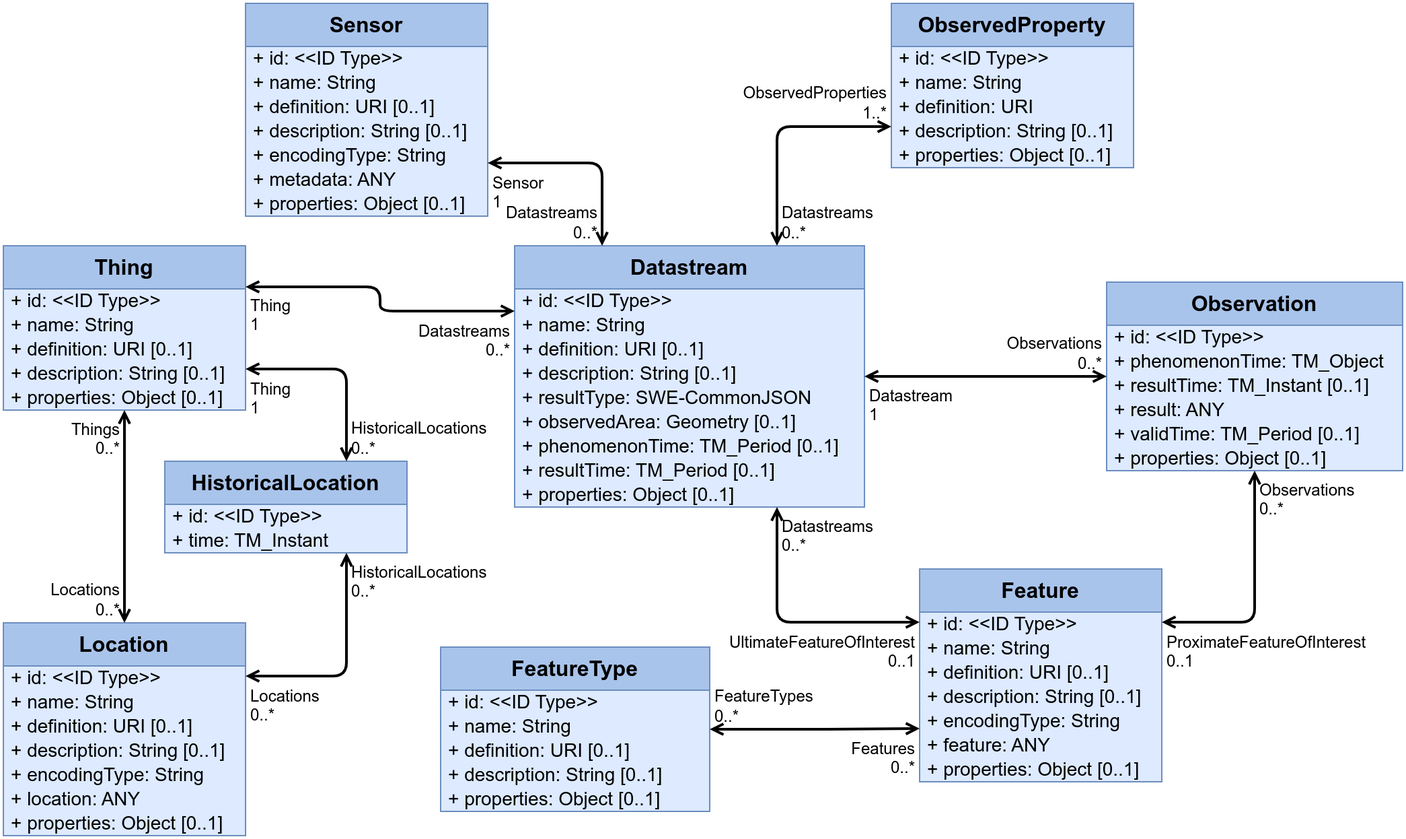
opengeospatial/sensorthings keeps this draw.io diagram as figures/Datamodel-SensorThingsApi-V2-Core.drawio.png. Above is the earlier version. Source tidied: cells renumbered, new cells last; positions are measured from the earlier drawing's top-left corner, leaving out a move shared by most shapes.
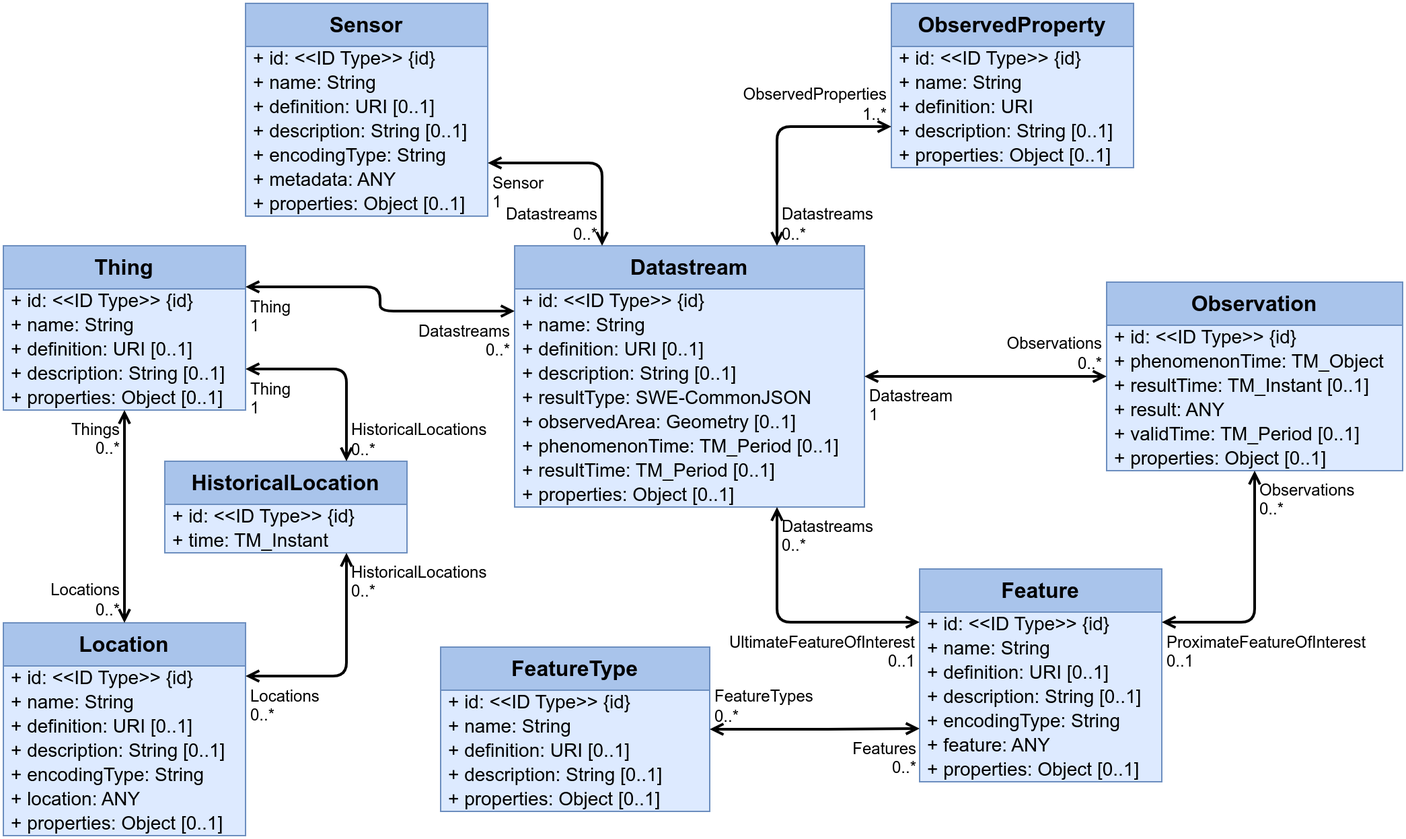
Above is the later version.

Commit message:
Updated images with UML {id} annotation

Change to the diagram source:
```diff
@@ -5,7 +5,7 @@
     <mxCell id="2" value="Datastream" style="swimlane;fontStyle=1;horizontal=1;startSize=32;fontSize=16;whiteSpace=wrap;html=1;fillColor=#A9C4EB;strokeColor=#6c8ebf;swimlaneFillColor=#DDEAFF;verticalAlign=top;" parent="1" vertex="1">
       <mxGeometry x="380" y="180" width="260" height="194" as="geometry" />
     </mxCell>
-    <mxCell id="3" value="+&amp;nbsp;id: &amp;lt;&amp;lt;ID Type&amp;gt;&amp;gt;" style="text;strokeColor=none;fillColor=none;align=left;verticalAlign=middle;spacingLeft=4;spacingRight=4;overflow=visible;html=1;fontSize=14;" parent="2" vertex="1">
+    <mxCell id="3" value="+&amp;nbsp;id: &amp;lt;&amp;lt;ID Type&amp;gt;&amp;gt; {id}" style="text;strokeColor=none;fillColor=none;align=left;verticalAlign=middle;spacingLeft=4;spacingRight=4;overflow=visible;html=1;fontSize=14;" parent="2" vertex="1">
       <mxGeometry y="32" width="260" height="18" as="geometry" />
     </mxCell>
     <mxCell id="4" value="+ name: String" style="text;strokeColor=none;fillColor=none;align=left;verticalAlign=middle;spacingLeft=4;spacingRight=4;overflow=visible;html=1;fontSize=14;" parent="2" vertex="1">
@@ -35,7 +35,7 @@
     <mxCell id="12" value="Feature" style="swimlane;fontStyle=1;horizontal=1;startSize=32;fontSize=16;whiteSpace=wrap;html=1;fillColor=#A9C4EB;strokeColor=#6c8ebf;swimlaneFillColor=#DDEAFF;verticalAlign=top;" parent="1" vertex="1">
       <mxGeometry x="681" y="420" width="180" height="158" as="geometry" />
     </mxCell>
-    <mxCell id="13" value="+&amp;nbsp;id: &amp;lt;&amp;lt;ID Type&amp;gt;&amp;gt;" style="text;strokeColor=none;fillColor=none;align=left;verticalAlign=middle;spacingLeft=4;spacingRight=4;overflow=visible;html=1;fontSize=14;" parent="12" vertex="1">
+    <mxCell id="13" value="+&amp;nbsp;id: &amp;lt;&amp;lt;ID Type&amp;gt;&amp;gt;&amp;nbsp;{id}" style="text;strokeColor=none;fillColor=none;align=left;verticalAlign=middle;spacingLeft=4;spacingRight=4;overflow=visible;html=1;fontSize=14;" parent="12" vertex="1">
       <mxGeometry y="32" width="180" height="18" as="geometry" />
     </mxCell>
     <mxCell id="14" value="+ name: String" style="text;strokeColor=none;fillColor=none;align=left;verticalAlign=middle;spacingLeft=4;spacingRight=4;overflow=visible;html=1;fontSize=14;" parent="12" vertex="1">
@@ -68,7 +68,7 @@
     <mxCell id="23" value="FeatureType" style="swimlane;fontStyle=1;horizontal=1;startSize=32;fontSize=16;whiteSpace=wrap;html=1;fillColor=#A9C4EB;strokeColor=#6c8ebf;swimlaneFillColor=#DDEAFF;verticalAlign=top;" parent="1" vertex="1">
       <mxGeometry x="325" y="478" width="200" height="122" as="geometry" />
     </mxCell>
-    <mxCell id="24" value="+&amp;nbsp;id: &amp;lt;&amp;lt;ID Type&amp;gt;&amp;gt;" style="text;strokeColor=none;fillColor=none;align=left;verticalAlign=middle;spacingLeft=4;spacingRight=4;overflow=visible;html=1;fontSize=14;" parent="23" vertex="1">
+    <mxCell id="24" value="+&amp;nbsp;id: &amp;lt;&amp;lt;ID Type&amp;gt;&amp;gt;&amp;nbsp;{id}" style="text;strokeColor=none;fillColor=none;align=left;verticalAlign=middle;spacingLeft=4;spacingRight=4;overflow=visible;html=1;fontSize=14;" parent="23" vertex="1">
       <mxGeometry y="32" width="200" height="18" as="geometry" />
     </mxCell>
     <mxCell id="25" value="+ name: String" style="text;strokeColor=none;fillColor=none;align=left;verticalAlign=middle;spacingLeft=4;spacingRight=4;overflow=visible;html=1;fontSize=14;" parent="23" vertex="1">
@@ -95,7 +95,7 @@
     <mxCell id="32" value="HistoricalLocation" style="swimlane;fontStyle=1;horizontal=1;startSize=32;fontSize=16;whiteSpace=wrap;html=1;fillColor=#A9C4EB;strokeColor=#6c8ebf;swimlaneFillColor=#DDEAFF;verticalAlign=top;" parent="1" vertex="1">
       <mxGeometry x="120" y="340" width="180" height="68" as="geometry" />
     </mxCell>
-    <mxCell id="33" value="+&amp;nbsp;id: &amp;lt;&amp;lt;ID Type&amp;gt;&amp;gt;" style="text;strokeColor=none;fillColor=none;align=left;verticalAlign=middle;spacingLeft=4;spacingRight=4;overflow=visible;html=1;fontSize=14;" parent="32" vertex="1">
+    <mxCell id="33" value="+&amp;nbsp;id: &amp;lt;&amp;lt;ID Type&amp;gt;&amp;gt;&amp;nbsp;{id}" style="text;strokeColor=none;fillColor=none;align=left;verticalAlign=middle;spacingLeft=4;spacingRight=4;overflow=visible;html=1;fontSize=14;" parent="32" vertex="1">
       <mxGeometry y="32" width="180" height="18" as="geometry" />
     </mxCell>
     <mxCell id="34" value="+ time: TM_Instant" style="text;strokeColor=none;fillColor=none;align=left;verticalAlign=middle;spacingLeft=4;spacingRight=4;overflow=visible;html=1;fontSize=14;" parent="32" vertex="1">
@@ -104,7 +104,7 @@
     <mxCell id="35" value="Location" style="swimlane;fontStyle=1;horizontal=1;startSize=32;fontSize=16;whiteSpace=wrap;html=1;fillColor=#A9C4EB;strokeColor=#6c8ebf;swimlaneFillColor=#DDEAFF;verticalAlign=top;" parent="1" vertex="1">
       <mxGeometry y="460" width="180" height="158" as="geometry" />
     </mxCell>
-    <mxCell id="36" value="+&amp;nbsp;id: &amp;lt;&amp;lt;ID Type&amp;gt;&amp;gt;" style="text;strokeColor=none;fillColor=none;align=left;verticalAlign=middle;spacingLeft=4;spacingRight=4;overflow=visible;html=1;fontSize=14;" parent="35" vertex="1">
+    <mxCell id="36" value="+&amp;nbsp;id: &amp;lt;&amp;lt;ID Type&amp;gt;&amp;gt;&amp;nbsp;{id}" style="text;strokeColor=none;fillColor=none;align=left;verticalAlign=middle;spacingLeft=4;spacingRight=4;overflow=visible;html=1;fontSize=14;" parent="35" vertex="1">
       <mxGeometry y="32" width="180" height="18" as="geometry" />
     </mxCell>
     <mxCell id="37" value="+ name: String" style="text;strokeColor=none;fillColor=none;align=left;verticalAlign=middle;spacingLeft=4;spacingRight=4;overflow=visible;html=1;fontSize=14;" parent="35" vertex="1">
@@ -137,7 +137,7 @@
     <mxCell id="46" value="Observation" style="swimlane;fontStyle=1;horizontal=1;startSize=32;fontSize=16;whiteSpace=wrap;html=1;fillColor=#A9C4EB;strokeColor=#6c8ebf;swimlaneFillColor=#DDEAFF;verticalAlign=top;" parent="1" vertex="1">
       <mxGeometry x="820" y="207" width="220" height="140" as="geometry" />
     </mxCell>
-    <mxCell id="47" value="+&amp;nbsp;id: &amp;lt;&amp;lt;ID Type&amp;gt;&amp;gt;" style="text;strokeColor=none;fillColor=none;align=left;verticalAlign=middle;spacingLeft=4;spacingRight=4;overflow=visible;html=1;fontSize=14;" parent="46" vertex="1">
+    <mxCell id="47" value="+&amp;nbsp;id: &amp;lt;&amp;lt;ID Type&amp;gt;&amp;gt;&amp;nbsp;{id}" style="text;strokeColor=none;fillColor=none;align=left;verticalAlign=middle;spacingLeft=4;spacingRight=4;overflow=visible;html=1;fontSize=14;" parent="46" vertex="1">
       <mxGeometry y="32" width="220" height="18" as="geometry" />
     </mxCell>
     <mxCell id="48" value="+&amp;nbsp;phenomenonTime: TM_Object" style="text;strokeColor=none;fillColor=none;align=left;verticalAlign=middle;spacingLeft=4;spacingRight=4;overflow=visible;html=1;fontSize=14;" parent="46" vertex="1">
@@ -176,7 +176,7 @@
     <mxCell id="59" value="ObservedProperty" style="swimlane;fontStyle=1;horizontal=1;startSize=32;fontSize=16;whiteSpace=wrap;html=1;fillColor=#A9C4EB;strokeColor=#6c8ebf;swimlaneFillColor=#DDEAFF;verticalAlign=top;" parent="1" vertex="1">
       <mxGeometry x="660" width="180" height="122" as="geometry" />
     </mxCell>
-    <mxCell id="60" value="+&amp;nbsp;id: &amp;lt;&amp;lt;ID Type&amp;gt;&amp;gt;" style="text;strokeColor=none;fillColor=none;align=left;verticalAlign=middle;spacingLeft=4;spacingRight=4;overflow=visible;html=1;fontSize=14;" parent="59" vertex="1">
+    <mxCell id="60" value="+&amp;nbsp;id: &amp;lt;&amp;lt;ID Type&amp;gt;&amp;gt;&amp;nbsp;{id}" style="text;strokeColor=none;fillColor=none;align=left;verticalAlign=middle;spacingLeft=4;spacingRight=4;overflow=visible;html=1;fontSize=14;" parent="59" vertex="1">
       <mxGeometry y="32" width="180" height="18" as="geometry" />
     </mxCell>
     <mxCell id="61" value="+ name: String" style="text;strokeColor=none;fillColor=none;align=left;verticalAlign=middle;spacingLeft=4;spacingRight=4;overflow=visible;html=1;fontSize=14;" parent="59" vertex="1">
@@ -203,7 +203,7 @@
     <mxCell id="68" value="Sensor" style="swimlane;fontStyle=1;horizontal=1;startSize=32;fontSize=16;whiteSpace=wrap;html=1;fillColor=#A9C4EB;strokeColor=#6c8ebf;swimlaneFillColor=#DDEAFF;verticalAlign=top;" parent="1" vertex="1">
       <mxGeometry x="180" width="180" height="158" as="geometry" />
     </mxCell>
-    <mxCell id="69" value="+&amp;nbsp;id: &amp;lt;&amp;lt;ID Type&amp;gt;&amp;gt;" style="text;strokeColor=none;fillColor=none;align=left;verticalAlign=middle;spacingLeft=4;spacingRight=4;overflow=visible;html=1;fontSize=14;" parent="68" vertex="1">
+    <mxCell id="69" value="+&amp;nbsp;id: &amp;lt;&amp;lt;ID Type&amp;gt;&amp;gt;&amp;nbsp;{id}" style="text;strokeColor=none;fillColor=none;align=left;verticalAlign=middle;spacingLeft=4;spacingRight=4;overflow=visible;html=1;fontSize=14;" parent="68" vertex="1">
       <mxGeometry y="32" width="180" height="18" as="geometry" />
     </mxCell>
     <mxCell id="70" value="+ name: String" style="text;strokeColor=none;fillColor=none;align=left;verticalAlign=middle;spacingLeft=4;spacingRight=4;overflow=visible;html=1;fontSize=14;" parent="68" vertex="1">
@@ -236,7 +236,7 @@
     <mxCell id="79" value="Thing" style="swimlane;fontStyle=1;horizontal=1;startSize=32;fontSize=16;whiteSpace=wrap;html=1;fillColor=#A9C4EB;strokeColor=#6c8ebf;swimlaneFillColor=#DDEAFF;verticalAlign=top;" parent="1" vertex="1">
       <mxGeometry y="180" width="180" height="122" as="geometry" />
     </mxCell>
-    <mxCell id="80" value="+&amp;nbsp;id: &amp;lt;&amp;lt;ID Type&amp;gt;&amp;gt;" style="text;strokeColor=none;fillColor=none;align=left;verticalAlign=middle;spacingLeft=4;spacingRight=4;overflow=visible;html=1;fontSize=14;" parent="79" vertex="1">
+    <mxCell id="80" value="+&amp;nbsp;id: &amp;lt;&amp;lt;ID Type&amp;gt;&amp;gt;&amp;nbsp;{id}" style="text;strokeColor=none;fillColor=none;align=left;verticalAlign=middle;spacingLeft=4;spacingRight=4;overflow=visible;html=1;fontSize=14;" parent="79" vertex="1">
       <mxGeometry y="32" width="180" height="18" as="geometry" />
     </mxCell>
     <mxCell id="81" value="+ name: String" style="text;strokeColor=none;fillColor=none;align=left;verticalAlign=middle;spacingLeft=4;spacingRight=4;overflow=visible;html=1;fontSize=14;" parent="79" vertex="1">
```
